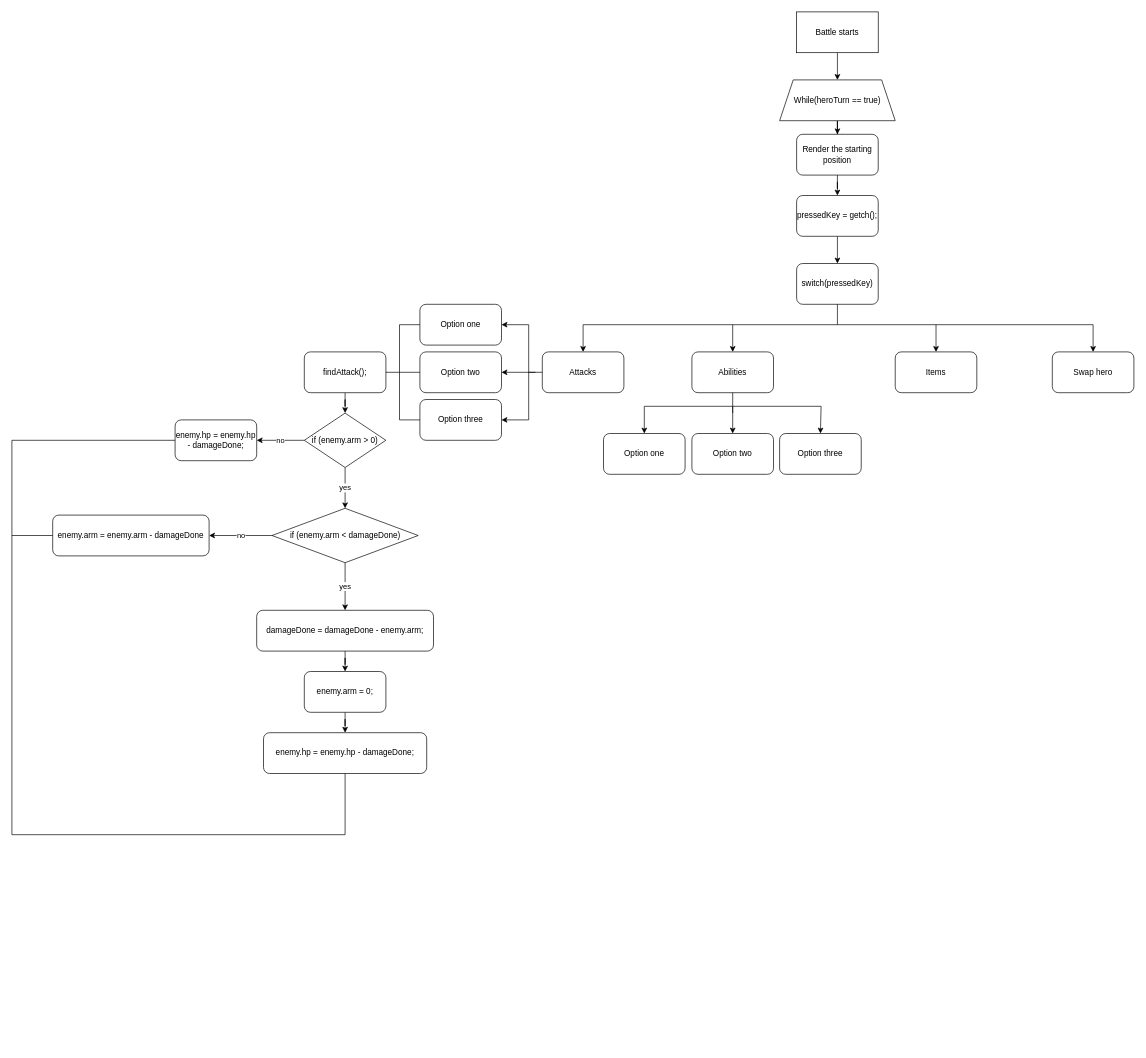
The draw.io diagram Battle and enemy brain.drawio in MrZahourek/Cyberescape, before the edit. Source tidied: cells renumbered, new cells numbered last; positions are measured from the earlier drawing's top-left corner, leaving out a move shared by most shapes. Both pictures are drawn from the tidied source at 68%, with x=0, y=0 at pixel (12, 12).
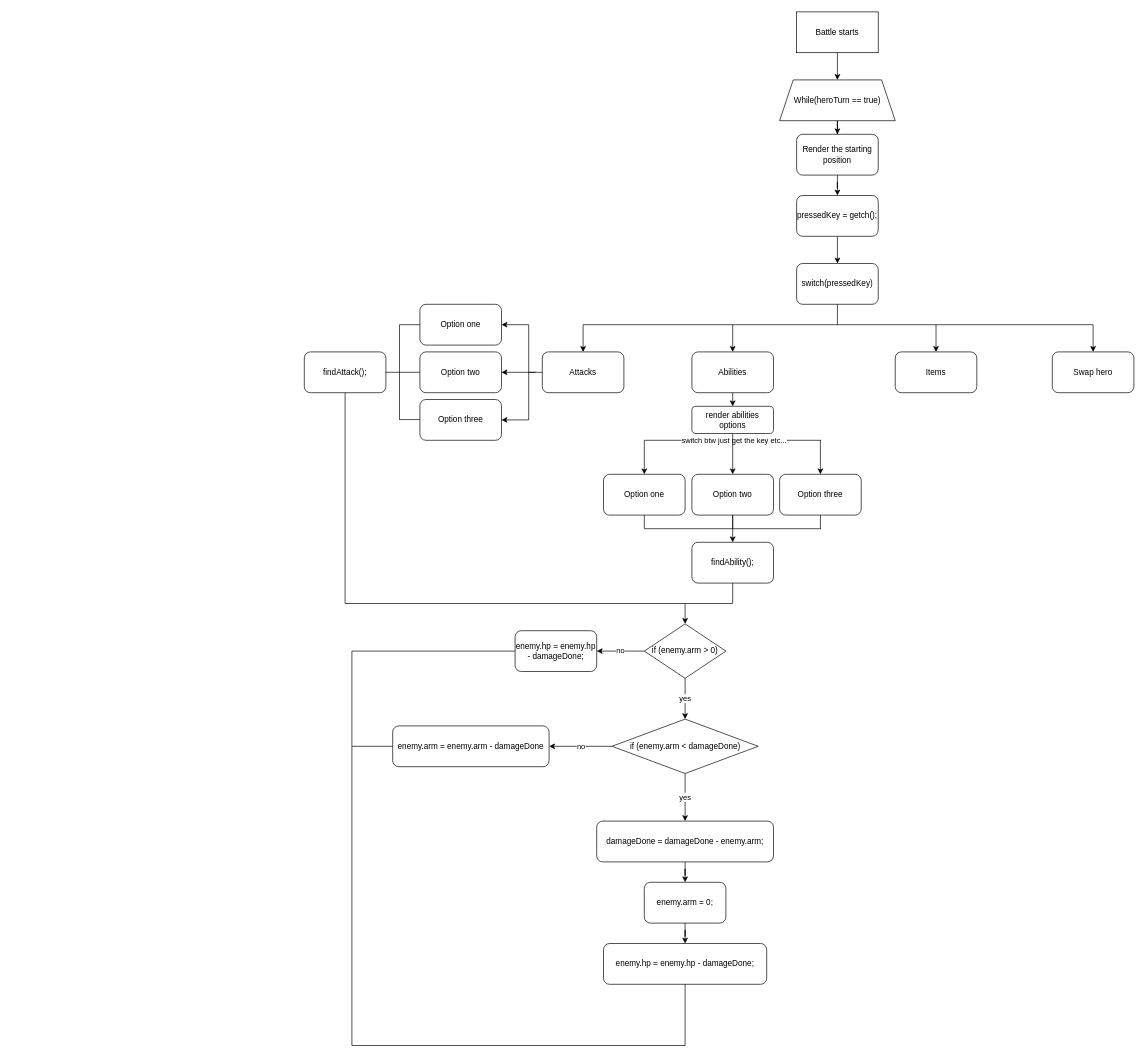
After the change.

Unchanged cells that the change refers to:
```xml
<mxCell id="12" value="Abilities" style="rounded=1;whiteSpace=wrap;html=1;" parent="1" vertex="1">
  <mxGeometry x="1000" y="500" width="120" height="60" as="geometry" />
</mxCell>
<mxCell id="23" value="Option three" style="rounded=1;whiteSpace=wrap;html=1;" parent="1" vertex="1">
  <mxGeometry x="600" y="570" width="120" height="60" as="geometry" />
</mxCell>
<mxCell id="38" value="findAttack();" style="rounded=1;whiteSpace=wrap;html=1;" parent="1" vertex="1">
  <mxGeometry x="430" y="500" width="120" height="60" as="geometry" />
</mxCell>
```

What changed in the source:
```diff
@@
     <mxCell id="26" value="Option one" style="rounded=1;whiteSpace=wrap;html=1;" parent="1" vertex="1">
-      <mxGeometry x="870" y="620" width="120" height="60" as="geometry" />
+      <mxGeometry x="870" y="680" width="120" height="60" as="geometry" />
     </mxCell>
     <mxCell id="27" value="Option two" style="rounded=1;whiteSpace=wrap;html=1;" parent="1" vertex="1">
-      <mxGeometry x="1000" y="620" width="120" height="60" as="geometry" />
+      <mxGeometry x="1000" y="680" width="120" height="60" as="geometry" />
     </mxCell>
     <mxCell id="28" value="Option three" style="rounded=1;whiteSpace=wrap;html=1;" parent="1" vertex="1">
-      <mxGeometry x="1129" y="620" width="120" height="60" as="geometry" />
+      <mxGeometry x="1129" y="680" width="120" height="60" as="geometry" />
     </mxCell>
     <mxCell id="29" style="endArrow=none;html=1;rounded=0;" parent="1" edge="1">
       <mxGeometry relative="1" as="geometry">
-        <mxPoint x="930" y="580" as="sourcePoint" />
-        <mxPoint x="1190" y="580" as="targetPoint" />
+        <mxPoint x="930" y="630" as="sourcePoint" />
+        <mxPoint x="1190" y="630" as="targetPoint" />
+        <Array as="points">
+          <mxPoint x="1060" y="630" />
+        </Array>
       </mxGeometry>
     </mxCell>
+    <mxCell id="62" value="switch btw just get the key etc..." style="edgeLabel;html=1;align=center;verticalAlign=middle;" parent="29" vertex="1">
+      <mxGeometry x="-0.68" y="-4" relative="1" as="geometry">
+        <mxPoint x="89" y="-4" as="offset" />
+      </mxGeometry>
+    </mxCell>
     <mxCell id="30" style="endArrow=classic;html=1;rounded=0;entryX=0.5;entryY=0;entryDx=0;entryDy=0;" parent="1" edge="1" target="28">
       <mxGeometry relative="1" as="geometry">
-        <mxPoint x="1190" y="580" as="sourcePoint" />
+        <mxPoint x="1189" y="630" as="sourcePoint" />
       </mxGeometry>
     </mxCell>
     <mxCell id="31" style="endArrow=classic;html=1;rounded=0;entryX=0.5;entryY=0;entryDx=0;entryDy=0;" parent="1" edge="1" target="27">
       <mxGeometry relative="1" as="geometry">
-        <mxPoint x="1060" y="580" as="sourcePoint" />
+        <mxPoint x="1060" y="630" as="sourcePoint" />
       </mxGeometry>
     </mxCell>
     <mxCell id="32" style="endArrow=classic;html=1;rounded=0;entryX=0.5;entryY=0;entryDx=0;entryDy=0;" parent="1" edge="1" target="26">
       <mxGeometry relative="1" as="geometry">
-        <mxPoint x="930" y="580" as="sourcePoint" />
+        <mxPoint x="930" y="630" as="sourcePoint" />
       </mxGeometry>
     </mxCell>
@@
-    <mxCell id="36" style="endArrow=none;html=1;rounded=0;entryX=0.5;entryY=1;entryDx=0;entryDy=0;" parent="1" edge="1" target="12">
-      <mxGeometry relative="1" as="geometry">
-        <mxPoint x="1060" y="590" as="sourcePoint" />
-      </mxGeometry>
-    </mxCell>
-    <mxCell id="37" style="edgeStyle=orthogonalEdgeStyle;rounded=0;jettySize=auto;html=1;" parent="1" edge="1" source="38" target="47">
-      <mxGeometry relative="1" as="geometry" />
-    </mxCell>
@@
-    <mxCell id="41" style="endArrow=none;html=1;rounded=0;entryX=0;entryY=0.5;entryDx=0;entryDy=0;" parent="1" edge="1" target="23">
+    <mxCell id="41" style="endArrow=none;html=1;rounded=0;entryX=0;entryY=0.5;entryDx=0;entryDy=0;" parent="1" edge="1">
       <mxGeometry relative="1" as="geometry">
-        <mxPoint x="570" y="600" as="sourcePoint" />
+        <mxPoint x="570" y="599.5" as="sourcePoint" />
+        <mxPoint x="600" y="599.5" as="targetPoint" />
+        <Array as="points">
+          <mxPoint x="580" y="599.5" />
+        </Array>
       </mxGeometry>
     </mxCell>
@@
     <mxCell id="44" value="enemy.hp = enemy.hp - damageDone;" style="rounded=1;whiteSpace=wrap;html=1;" parent="1" vertex="1">
-      <mxGeometry x="240" y="600" width="120" height="60" as="geometry" />
+      <mxGeometry x="740" y="910" width="120" height="60" as="geometry" />
     </mxCell>
@@
     <mxCell id="47" value="if (enemy.arm &amp;gt; 0)" style="rhombus;whiteSpace=wrap;html=1;" parent="1" vertex="1">
-      <mxGeometry x="430" y="590" width="120" height="80" as="geometry" />
+      <mxGeometry x="930" y="900" width="120" height="80" as="geometry" />
     </mxCell>
@@
     <mxCell id="50" value="if (enemy.arm &amp;lt; damageDone)" style="rhombus;whiteSpace=wrap;html=1;" parent="1" vertex="1">
-      <mxGeometry x="382.5" y="730" width="215" height="80" as="geometry" />
+      <mxGeometry x="882.5" y="1040" width="215" height="80" as="geometry" />
     </mxCell>
     <mxCell id="51" value="enemy.arm = enemy.arm - damageDone" style="rounded=1;whiteSpace=wrap;html=1;" parent="1" vertex="1">
-      <mxGeometry x="60" y="740" width="230" height="60" as="geometry" />
+      <mxGeometry x="560" y="1050" width="230" height="60" as="geometry" />
     </mxCell>
@@
     <mxCell id="53" value="damageDone = damageDone - enemy.arm;" style="rounded=1;whiteSpace=wrap;html=1;" parent="1" vertex="1">
-      <mxGeometry x="360" y="880" width="260" height="60" as="geometry" />
+      <mxGeometry x="860" y="1190" width="260" height="60" as="geometry" />
     </mxCell>
@@
     <mxCell id="55" value="enemy.arm = 0;" style="rounded=1;whiteSpace=wrap;html=1;" parent="1" vertex="1">
-      <mxGeometry x="430" y="970" width="120" height="60" as="geometry" />
+      <mxGeometry x="930" y="1280" width="120" height="60" as="geometry" />
     </mxCell>
     <mxCell id="56" value="enemy.hp = enemy.hp - damageDone;" style="rounded=1;whiteSpace=wrap;html=1;" parent="1" vertex="1">
-      <mxGeometry x="370" y="1060" width="240" height="60" as="geometry" />
+      <mxGeometry x="870" y="1370" width="240" height="60" as="geometry" />
     </mxCell>
     <mxCell id="57" style="endArrow=none;html=1;rounded=0;" parent="1" edge="1">
       <mxGeometry relative="1" as="geometry">
-        <mxPoint y="1210" as="sourcePoint" />
-        <mxPoint y="630" as="targetPoint" />
+        <mxPoint x="500" y="1520" as="sourcePoint" />
+        <mxPoint x="500" y="940" as="targetPoint" />
       </mxGeometry>
     </mxCell>
     <mxCell id="58" style="endArrow=none;html=1;rounded=0;" parent="1" edge="1">
       <mxGeometry relative="1" as="geometry">
-        <mxPoint y="1210" as="sourcePoint" />
-        <mxPoint x="490" y="1210" as="targetPoint" />
+        <mxPoint x="500" y="1520" as="sourcePoint" />
+        <mxPoint x="990" y="1520" as="targetPoint" />
       </mxGeometry>
     </mxCell>
     <mxCell id="59" style="endArrow=none;html=1;rounded=0;exitX=0.5;exitY=1;exitDx=0;exitDy=0;" parent="1" edge="1" source="56">
       <mxGeometry relative="1" as="geometry">
-        <mxPoint x="490" y="1210" as="targetPoint" />
+        <mxPoint x="990" y="1520" as="targetPoint" />
       </mxGeometry>
     </mxCell>
     <mxCell id="60" style="endArrow=none;html=1;rounded=0;entryX=0;entryY=0.5;entryDx=0;entryDy=0;" parent="1" edge="1" target="44">
       <mxGeometry relative="1" as="geometry">
-        <mxPoint y="630" as="sourcePoint" />
+        <mxPoint x="500" y="940" as="sourcePoint" />
       </mxGeometry>
     </mxCell>
     <mxCell id="61" style="endArrow=none;html=1;rounded=0;entryX=0;entryY=0.5;entryDx=0;entryDy=0;" parent="1" edge="1" target="51">
       <mxGeometry relative="1" as="geometry">
-        <mxPoint y="770" as="sourcePoint" />
+        <mxPoint x="500" y="1080" as="sourcePoint" />
       </mxGeometry>
     </mxCell>
+    <mxCell id="63" style="endArrow=none;html=1;rounded=0;" parent="1" edge="1">
+      <mxGeometry relative="1" as="geometry">
+        <mxPoint x="930" y="760" as="sourcePoint" />
+        <mxPoint x="1190" y="760" as="targetPoint" />
+      </mxGeometry>
+    </mxCell>
+    <mxCell id="64" style="endArrow=none;html=1;rounded=0;entryX=0.5;entryY=1;entryDx=0;entryDy=0;" parent="1" edge="1" target="26">
+      <mxGeometry relative="1" as="geometry">
+        <mxPoint x="930" y="760" as="sourcePoint" />
+      </mxGeometry>
+    </mxCell>
+    <mxCell id="65" style="endArrow=none;html=1;rounded=0;entryX=0.5;entryY=1;entryDx=0;entryDy=0;" parent="1" edge="1" target="27">
+      <mxGeometry relative="1" as="geometry">
+        <mxPoint x="1060" y="760" as="sourcePoint" />
+      </mxGeometry>
+    </mxCell>
+    <mxCell id="66" style="endArrow=none;html=1;rounded=0;entryX=0.5;entryY=1;entryDx=0;entryDy=0;" parent="1" edge="1" target="28">
+      <mxGeometry relative="1" as="geometry">
+        <mxPoint x="1189" y="760" as="sourcePoint" />
+      </mxGeometry>
+    </mxCell>
+    <mxCell id="67" value="findAbility();" style="rounded=1;whiteSpace=wrap;html=1;" parent="1" vertex="1">
+      <mxGeometry x="1000" y="780" width="120" height="60" as="geometry" />
+    </mxCell>
+    <mxCell id="68" style="endArrow=none;html=1;rounded=0;" parent="1" edge="1">
+      <mxGeometry relative="1" as="geometry">
+        <mxPoint x="490" y="870" as="sourcePoint" />
+        <mxPoint x="1060" y="870" as="targetPoint" />
+      </mxGeometry>
+    </mxCell>
+    <mxCell id="69" style="endArrow=classic;html=1;rounded=0;entryX=0.5;entryY=0;entryDx=0;entryDy=0;" parent="1" edge="1" target="47">
+      <mxGeometry relative="1" as="geometry">
+        <mxPoint x="990" y="870" as="sourcePoint" />
+      </mxGeometry>
+    </mxCell>
+    <mxCell id="70" style="endArrow=none;html=1;rounded=0;entryX=0.5;entryY=1;entryDx=0;entryDy=0;" parent="1" edge="1" target="38">
+      <mxGeometry relative="1" as="geometry">
+        <mxPoint x="490" y="870" as="sourcePoint" />
+      </mxGeometry>
+    </mxCell>
+    <mxCell id="71" style="endArrow=none;html=1;rounded=0;entryX=0.5;entryY=1;entryDx=0;entryDy=0;" parent="1" edge="1" target="67">
+      <mxGeometry relative="1" as="geometry">
+        <mxPoint x="1060" y="870" as="sourcePoint" />
+      </mxGeometry>
+    </mxCell>
+    <mxCell id="72" style="endArrow=classic;html=1;rounded=0;entryX=0.5;entryY=0;entryDx=0;entryDy=0;exitX=0.5;exitY=1;exitDx=0;exitDy=0;" parent="1" edge="1" source="27" target="67">
+      <mxGeometry relative="1" as="geometry" />
+    </mxCell>
+    <mxCell id="73" value="render abilities options" style="rounded=1;whiteSpace=wrap;html=1;" parent="1" vertex="1">
+      <mxGeometry x="1000" y="580" width="120" height="40" as="geometry" />
+    </mxCell>
+    <mxCell id="74" style="endArrow=classic;html=1;rounded=0;entryX=0.5;entryY=0;entryDx=0;entryDy=0;exitX=0.5;exitY=1;exitDx=0;exitDy=0;" parent="1" edge="1" source="12" target="73">
+      <mxGeometry relative="1" as="geometry" />
+    </mxCell>
+    <mxCell id="75" style="endArrow=none;html=1;rounded=0;entryX=0.5;entryY=1;entryDx=0;entryDy=0;" parent="1" edge="1" target="73">
+      <mxGeometry relative="1" as="geometry">
+        <mxPoint x="1060" y="630" as="sourcePoint" />
+      </mxGeometry>
+    </mxCell>
```
